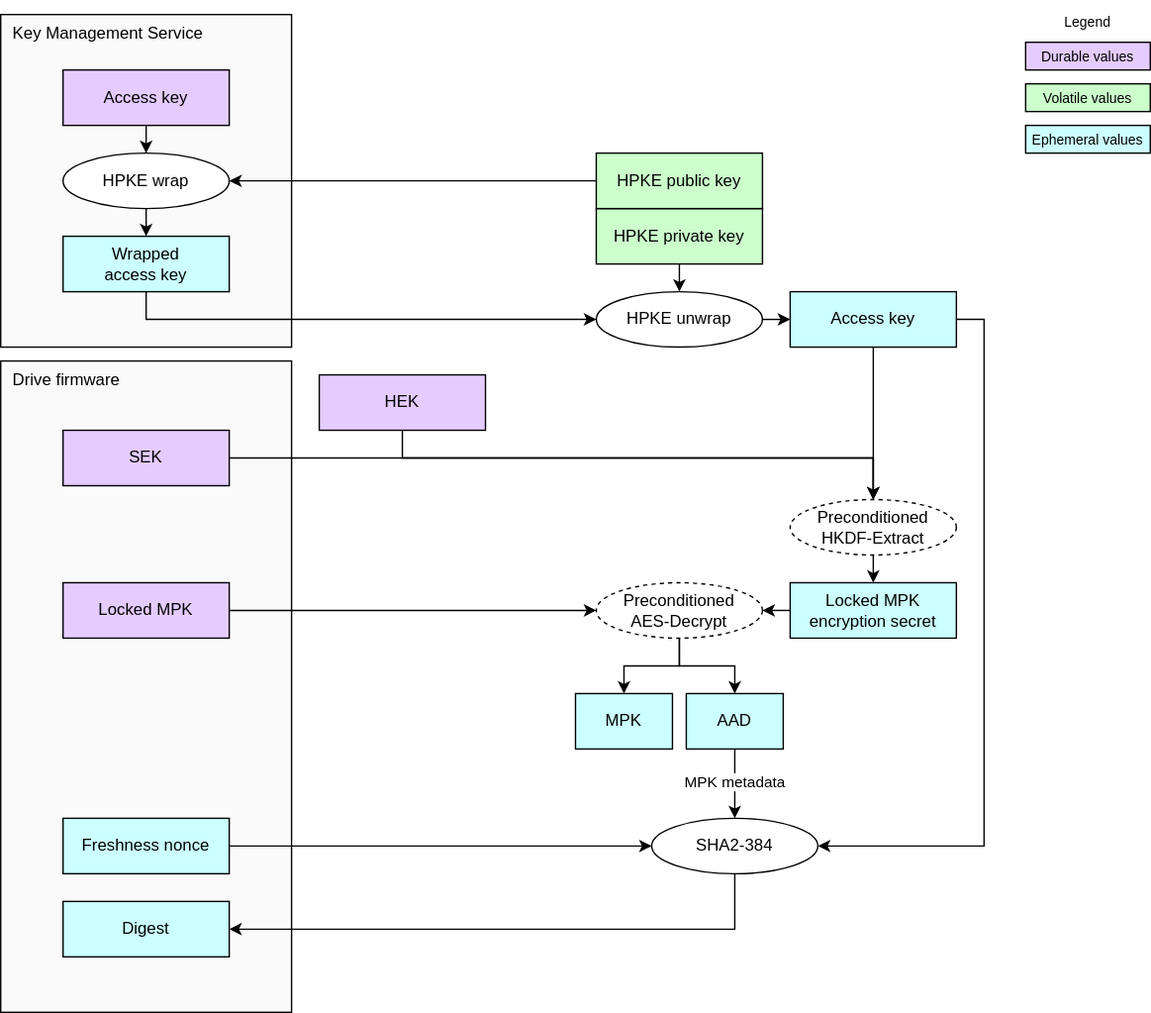
Above: doc/ocp_lock/diagrams/mpk_access_key_testing.drawio.svg in chipsalliance/Caliptra (draw.io), before the change. Source tidied: cells renumbered, new cells last; positions are measured from the earlier drawing's top-left corner, leaving out a move shared by most shapes.
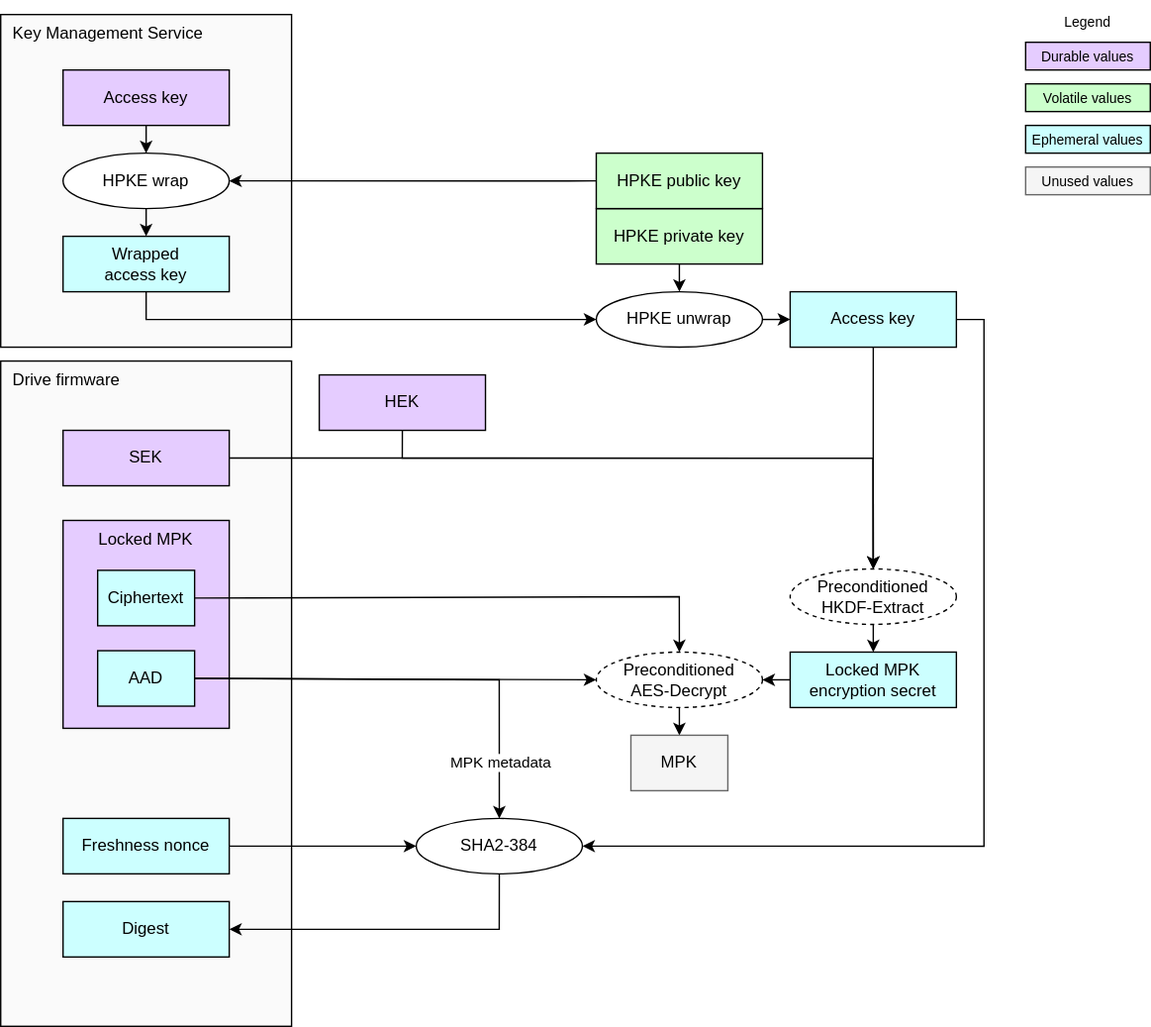
After the change.

Commit message:
Address TEST_ACCESS_KEY feedback.

There were two pieces of feedback from the OCP LOCK meeting on
2025-06-09:

* Move the AAD before the "Preconditioned AES-Decrypt" bubble to avoid
  looking like an output of the operation
* Modify the decrypted MPK block to emphasize that it isn't used after
  it is decrypted

This also adds a note that the decrypted MPK will be put in a key
vault slot and then purged.

What changed in the source:
```diff
@@ -3,14 +3,11 @@
     <mxCell id="0" />
     <mxCell id="1" parent="0" />
     <mxCell id="2" value="Drive firmware" style="rounded=0;whiteSpace=wrap;html=1;fillColor=#FAFAFA;strokeColor=#000000;align=left;verticalAlign=top;spacingLeft=7;" parent="1" vertex="1">
-      <mxGeometry y="260" width="210" height="470" as="geometry" />
+      <mxGeometry y="260" width="210" height="480" as="geometry" />
     </mxCell>
     <mxCell id="3" value="Key Management Service" style="rounded=0;whiteSpace=wrap;html=1;fillColor=#FAFAFA;strokeColor=#000000;align=left;verticalAlign=top;spacingLeft=7;" parent="1" vertex="1">
       <mxGeometry y="10" width="210" height="240" as="geometry" />
     </mxCell>
-    <mxCell id="4" value="&lt;div&gt;&lt;font color=&quot;#000000&quot;&gt;Locked MPK&lt;/font&gt;&lt;/div&gt;" style="rounded=0;whiteSpace=wrap;html=1;align=center;verticalAlign=middle;shadow=0;glass=0;spacingLeft=0;spacingBottom=0;spacingTop=0;fillColor=#E5CCFF;" parent="1" vertex="1">
-      <mxGeometry x="45" y="420" width="120" height="40" as="geometry" />
-    </mxCell>
     <mxCell id="5" value="&lt;div&gt;&lt;font color=&quot;#000000&quot;&gt;HEK&lt;/font&gt;&lt;/div&gt;" style="rounded=0;whiteSpace=wrap;html=1;align=center;verticalAlign=middle;shadow=0;glass=0;spacingLeft=0;spacingBottom=0;spacingTop=0;fillColor=#E5CCFF;" parent="1" vertex="1">
       <mxGeometry x="230" y="270" width="120" height="40" as="geometry" />
     </mxCell>
@@ -112,33 +109,25 @@
       <mxGeometry relative="1" as="geometry" />
     </mxCell>
     <mxCell id="29" value="Preconditioned&lt;div&gt;HKDF-Extract&lt;/div&gt;" style="ellipse;whiteSpace=wrap;html=1;fillColor=#FFFFFF;dashed=1;" parent="1" vertex="1">
-      <mxGeometry x="570" y="360" width="120" height="40" as="geometry" />
+      <mxGeometry x="570" y="410" width="120" height="40" as="geometry" />
     </mxCell>
-    <mxCell id="30" style="edgeStyle=none;html=1;exitX=0;exitY=0.5;exitDx=0;exitDy=0;entryX=1;entryY=0.5;entryDx=0;entryDy=0;" parent="1" edge="1" source="31">
-      <mxGeometry relative="1" as="geometry">
-        <mxPoint x="550" y="440" as="targetPoint" />
-      </mxGeometry>
+    <mxCell id="30" style="edgeStyle=none;html=1;exitX=0;exitY=0.5;exitDx=0;exitDy=0;entryX=1;entryY=0.5;entryDx=0;entryDy=0;" parent="1" edge="1" source="31" target="34">
+      <mxGeometry relative="1" as="geometry" />
     </mxCell>
     <mxCell id="31" value="&lt;div&gt;&lt;font color=&quot;#000000&quot;&gt;Locked MPK encryption secret&lt;/font&gt;&lt;/div&gt;" style="rounded=0;whiteSpace=wrap;html=1;align=center;verticalAlign=middle;shadow=0;glass=0;spacingLeft=0;spacingBottom=0;spacingTop=0;fillColor=#CCFFFF;" parent="1" vertex="1">
-      <mxGeometry x="570" y="420" width="120" height="40" as="geometry" />
+      <mxGeometry x="570" y="470" width="120" height="40" as="geometry" />
     </mxCell>
     <mxCell id="32" style="edgeStyle=orthogonalEdgeStyle;html=1;exitX=0.5;exitY=1;exitDx=0;exitDy=0;entryX=0.5;entryY=0;entryDx=0;entryDy=0;rounded=0;" parent="1" edge="1" source="34" target="41">
       <mxGeometry relative="1" as="geometry" />
     </mxCell>
-    <mxCell id="33" style="edgeStyle=orthogonalEdgeStyle;html=1;exitX=0.5;exitY=1;exitDx=0;exitDy=0;entryX=0.5;entryY=0;entryDx=0;entryDy=0;rounded=0;" parent="1" edge="1" source="34" target="44">
-      <mxGeometry relative="1" as="geometry" />
-    </mxCell>
     <mxCell id="34" value="Preconditioned&lt;div&gt;AES-Decrypt&lt;/div&gt;" style="ellipse;whiteSpace=wrap;html=1;fillColor=#FFFFFF;dashed=1;" parent="1" vertex="1">
-      <mxGeometry x="430" y="420" width="120" height="40" as="geometry" />
+      <mxGeometry x="430" y="470" width="120" height="40" as="geometry" />
     </mxCell>
-    <mxCell id="35" style="endArrow=classic;html=1;exitX=1;exitY=0.5;exitDx=0;exitDy=0;entryX=0;entryY=0.5;entryDx=0;entryDy=0;endSize=6;startSize=6;" parent="1" edge="1" source="4" target="34">
-      <mxGeometry relative="1" as="geometry" />
-    </mxCell>
     <mxCell id="36" style="edgeStyle=orthogonalEdgeStyle;html=1;exitX=0.5;exitY=1;exitDx=0;exitDy=0;entryX=1;entryY=0.5;entryDx=0;entryDy=0;rounded=0;" parent="1" edge="1" source="37" target="40">
       <mxGeometry relative="1" as="geometry" />
     </mxCell>
     <mxCell id="37" value="SHA2-384" style="ellipse;whiteSpace=wrap;html=1;fillColor=#FFFFFF;" parent="1" vertex="1">
-      <mxGeometry x="470" y="590" width="120" height="40" as="geometry" />
+      <mxGeometry x="300" y="590" width="120" height="40" as="geometry" />
     </mxCell>
     <mxCell id="38" style="edgeStyle=none;html=1;exitX=1;exitY=0.5;exitDx=0;exitDy=0;entryX=0;entryY=0.5;entryDx=0;entryDy=0;" parent="1" edge="1" source="39" target="37">
       <mxGeometry relative="1" as="geometry" />
@@ -149,17 +138,48 @@
     <mxCell id="40" value="&lt;div&gt;&lt;font color=&quot;#000000&quot;&gt;Digest&lt;/font&gt;&lt;/div&gt;" style="rounded=0;whiteSpace=wrap;html=1;align=center;verticalAlign=middle;shadow=0;glass=0;spacingLeft=0;spacingBottom=0;spacingTop=0;fillColor=#CCFFFF;" parent="1" vertex="1">
       <mxGeometry x="45" y="650" width="120" height="40" as="geometry" />
     </mxCell>
-    <mxCell id="41" value="&lt;div&gt;&lt;font color=&quot;#000000&quot;&gt;MPK&lt;/font&gt;&lt;/div&gt;" style="rounded=0;whiteSpace=wrap;html=1;align=center;verticalAlign=middle;shadow=0;glass=0;spacingLeft=0;spacingBottom=0;spacingTop=0;fillColor=#CCFFFF;" parent="1" vertex="1">
-      <mxGeometry x="415" y="500" width="70" height="40" as="geometry" />
+    <mxCell id="41" value="&lt;div&gt;&lt;font color=&quot;#000000&quot;&gt;MPK&lt;/font&gt;&lt;/div&gt;" style="rounded=0;whiteSpace=wrap;html=1;align=center;verticalAlign=middle;shadow=0;glass=0;spacingLeft=0;spacingBottom=0;spacingTop=0;fillColor=#f5f5f5;fillStyle=solid;fontColor=#333333;strokeColor=#666666;" parent="1" vertex="1">
+      <mxGeometry x="455" y="530" width="70" height="40" as="geometry" />
     </mxCell>
+    <mxCell id="4" value="&lt;div&gt;&lt;font color=&quot;#000000&quot;&gt;Locked MPK&lt;/font&gt;&lt;/div&gt;" style="rounded=0;whiteSpace=wrap;html=1;align=center;verticalAlign=top;shadow=0;glass=0;spacingLeft=0;spacingBottom=0;spacingTop=0;fillColor=#E5CCFF;horizontal=1;" parent="1" vertex="1">
+      <mxGeometry x="45" y="375" width="120" height="150" as="geometry" />
+    </mxCell>
+    <mxCell id="44" value="&lt;div&gt;&lt;font color=&quot;#000000&quot;&gt;AAD&lt;/font&gt;&lt;/div&gt;" style="rounded=0;whiteSpace=wrap;html=1;align=center;verticalAlign=middle;shadow=0;glass=0;spacingLeft=0;spacingBottom=0;spacingTop=0;fillColor=#CCFFFF;" parent="1" vertex="1">
+      <mxGeometry x="70" y="469" width="70" height="40" as="geometry" />
+    </mxCell>
+    <mxCell id="45" value="&lt;div&gt;&lt;font color=&quot;#000000&quot;&gt;Ciphertext&lt;/font&gt;&lt;/div&gt;" style="rounded=0;whiteSpace=wrap;html=1;align=center;verticalAlign=middle;shadow=0;glass=0;spacingLeft=0;spacingBottom=0;spacingTop=0;fillColor=#CCFFFF;" parent="1" vertex="1">
+      <mxGeometry x="70" y="411" width="70" height="40" as="geometry" />
+    </mxCell>
+    <mxCell id="46" style="endArrow=classic;html=1;exitX=1;exitY=0.5;exitDx=0;exitDy=0;endSize=6;startSize=6;edgeStyle=orthogonalEdgeStyle;rounded=0;entryX=0.5;entryY=0;entryDx=0;entryDy=0;" parent="1" edge="1" source="45" target="34">
+      <mxGeometry relative="1" as="geometry">
+        <Array as="points">
+          <mxPoint x="140" y="430" />
+          <mxPoint x="490" y="430" />
+        </Array>
+      </mxGeometry>
+    </mxCell>
+    <mxCell id="47" style="endArrow=classic;html=1;exitX=1;exitY=0.5;exitDx=0;exitDy=0;endSize=6;startSize=6;edgeStyle=orthogonalEdgeStyle;rounded=0;entryX=0;entryY=0.5;entryDx=0;entryDy=0;" parent="1" edge="1" source="44" target="34">
+      <mxGeometry relative="1" as="geometry">
+        <Array as="points">
+          <mxPoint x="140" y="490" />
+        </Array>
+      </mxGeometry>
+    </mxCell>
-    <mxCell id="42" style="edgeStyle=none;html=1;exitX=0.5;exitY=1;exitDx=0;exitDy=0;entryX=0.5;entryY=0;entryDx=0;entryDy=0;" parent="1" edge="1" source="44" target="37">
-      <mxGeometry relative="1" as="geometry" />
+    <mxCell id="42" style="edgeStyle=orthogonalEdgeStyle;html=1;exitX=1;exitY=0.5;exitDx=0;exitDy=0;rounded=0;entryX=0.5;entryY=0;entryDx=0;entryDy=0;" parent="1" edge="1" source="44" target="37">
+      <mxGeometry relative="1" as="geometry">
+        <Array as="points">
+          <mxPoint x="140" y="490" />
+          <mxPoint x="360" y="490" />
+        </Array>
+      </mxGeometry>
     </mxCell>
-    <mxCell id="43" value="MPK metadata" style="edgeLabel;html=1;align=center;verticalAlign=middle;" parent="42" vertex="1">
-      <mxGeometry x="-0.06" y="-1" relative="1" as="geometry" />
+    <mxCell id="43" value="&lt;span style=&quot;color: rgb(0, 0, 0);&quot;&gt;MPK metadata&lt;/span&gt;" style="edgeLabel;html=1;align=center;verticalAlign=middle;" parent="42" vertex="1">
+      <mxGeometry x="0.83" y="-1" relative="1" as="geometry">
+        <mxPoint x="1" y="-12" as="offset" />
+      </mxGeometry>
     </mxCell>
-    <mxCell id="44" value="&lt;div&gt;&lt;font color=&quot;#000000&quot;&gt;AAD&lt;/font&gt;&lt;/div&gt;" style="rounded=0;whiteSpace=wrap;html=1;align=center;verticalAlign=middle;shadow=0;glass=0;spacingLeft=0;spacingBottom=0;spacingTop=0;fillColor=#CCFFFF;" parent="1" vertex="1">
-      <mxGeometry x="495" y="500" width="70" height="40" as="geometry" />
-    </mxCell>
+    <mxCell id="48" value="&lt;div&gt;&lt;font color=&quot;#000000&quot;&gt;Unused values&lt;/font&gt;&lt;/div&gt;" style="rounded=0;whiteSpace=wrap;html=1;align=center;verticalAlign=middle;shadow=0;glass=0;spacingLeft=0;spacingBottom=0;spacingTop=0;fillColor=#f5f5f5;fontSize=10;fontColor=#333333;strokeColor=#666666;" parent="1" vertex="1">
+      <mxGeometry x="740" y="120" width="90" height="20" as="geometry" />
+    </mxCell>
   </root>
 </mxGraphModel>
```
